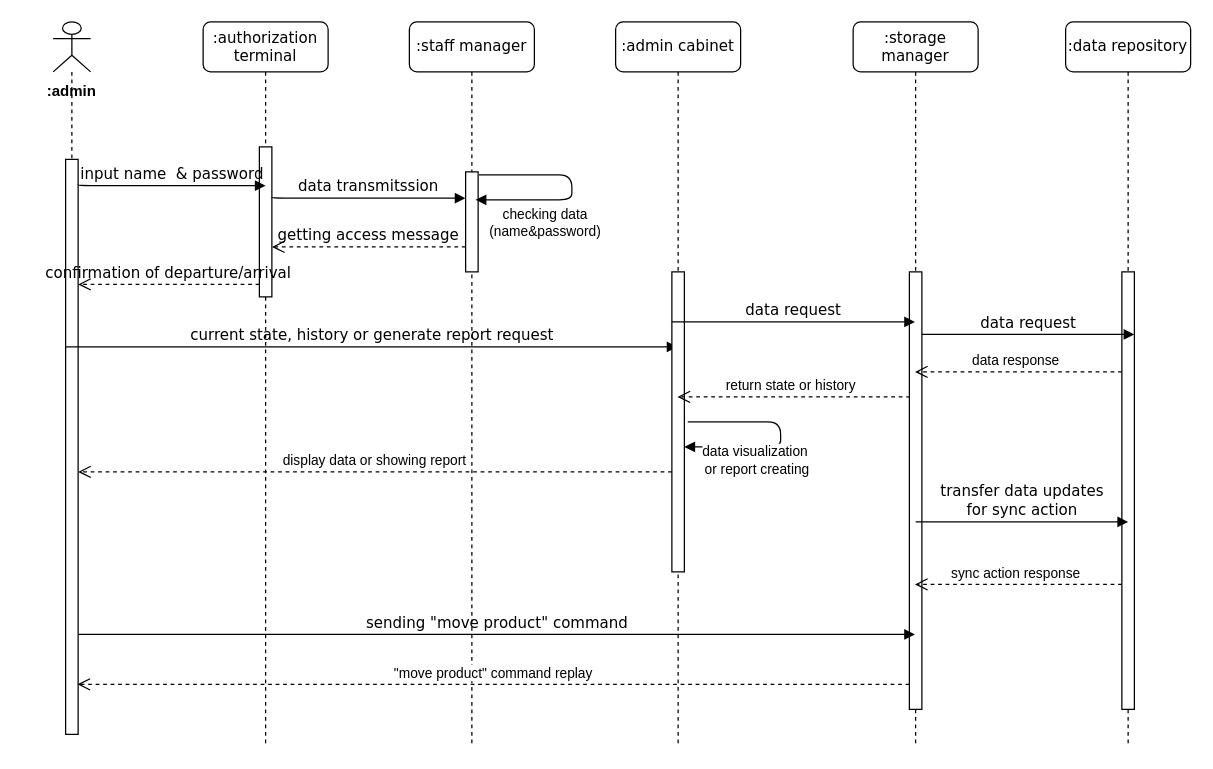
Earlier version of the draw.io diagram lab1/sequences.drawio (starovoid/structured-systems). Source tidied: cells renumbered, new cells numbered last; positions are measured from the earlier drawing's top-left corner, leaving out a move shared by most shapes. Both pictures are drawn from the tidied source at 125%, with x=0, y=0 at pixel (21, 21).
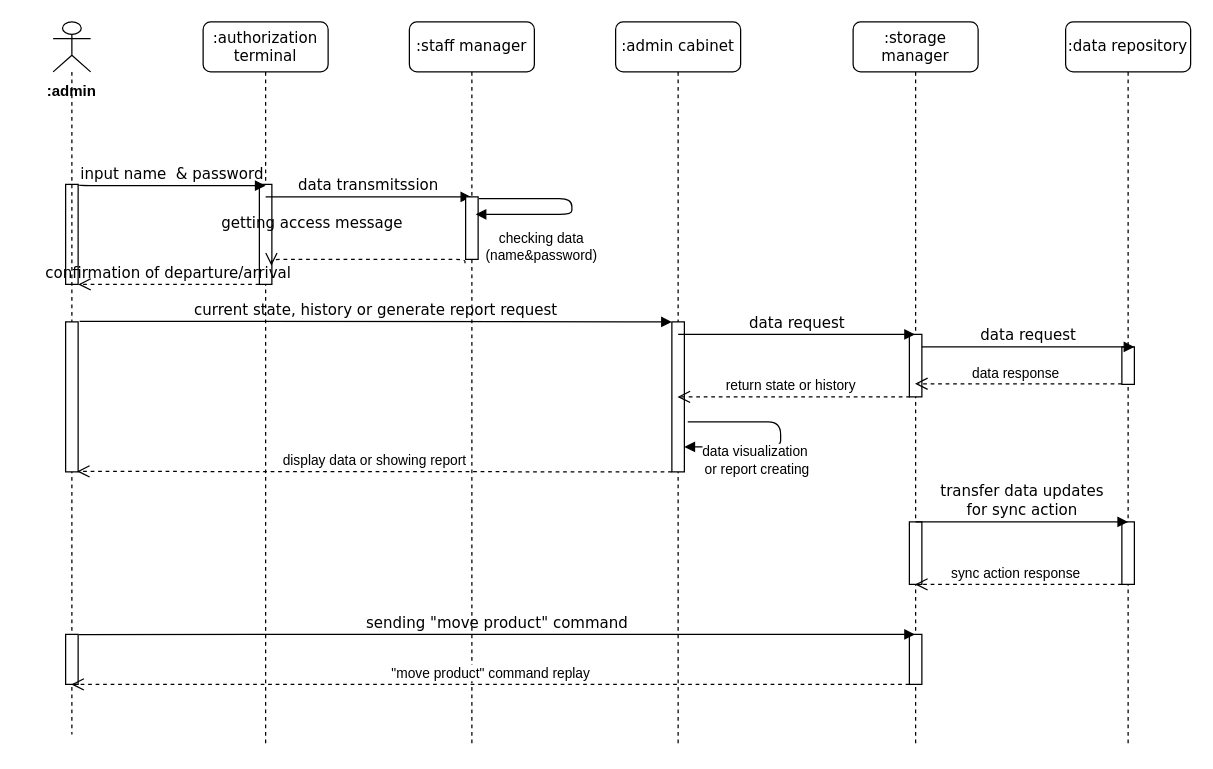
The same diagram, later.

Commit message:
Update sequences diagram

Unchanged cells that the change refers to:
```xml
<mxCell id="5" value=":authorization&lt;div&gt;terminal&lt;/div&gt;" style="shape=umlLifeline;perimeter=lifelinePerimeter;whiteSpace=wrap;html=1;rounded=1;shadow=0;comic=0;labelBackgroundColor=none;strokeWidth=1;fontFamily=Verdana;fontSize=12;align=center;" parent="1" vertex="1">
  <mxGeometry x="145" width="100" height="580" as="geometry" />
</mxCell>
<mxCell id="11" value=":staff manager" style="shape=umlLifeline;perimeter=lifelinePerimeter;whiteSpace=wrap;html=1;outlineConnect=0;rounded=1;shadow=0;comic=0;labelBackgroundColor=none;strokeWidth=1;fontFamily=Verdana;fontSize=12;align=center;" parent="1" vertex="1">
  <mxGeometry x="310" width="100" height="580" as="geometry" />
</mxCell>
<mxCell id="16" value=":admin cabinet" style="shape=umlLifeline;perimeter=lifelinePerimeter;whiteSpace=wrap;html=1;outlineConnect=0;rounded=1;shadow=0;comic=0;labelBackgroundColor=none;strokeWidth=1;fontFamily=Verdana;fontSize=12;align=center;" parent="1" vertex="1">
  <mxGeometry x="475" width="100" height="580" as="geometry" />
</mxCell>
<mxCell id="22" value=":storage manager" style="shape=umlLifeline;perimeter=lifelinePerimeter;whiteSpace=wrap;html=1;outlineConnect=0;rounded=1;shadow=0;comic=0;labelBackgroundColor=none;strokeWidth=1;fontFamily=Verdana;fontSize=12;align=center;" parent="1" vertex="1">
  <mxGeometry x="665" width="100" height="580" as="geometry" />
</mxCell>
<mxCell id="26" value=":data repository" style="shape=umlLifeline;perimeter=lifelinePerimeter;whiteSpace=wrap;html=1;rounded=1;shadow=0;comic=0;labelBackgroundColor=none;strokeWidth=1;fontFamily=Verdana;fontSize=12;align=center;" parent="1" vertex="1">
  <mxGeometry x="835" width="100" height="580" as="geometry" />
</mxCell>
```

Diff of the diagram source:
```diff
@@
     <mxCell id="2" style="html=1;points=[];perimeter=orthogonalPerimeter;" parent="1" vertex="1">
-      <mxGeometry x="35" y="110" width="10" height="460" as="geometry" />
+      <mxGeometry x="35" y="130" width="10" height="80" as="geometry" />
     </mxCell>
     <mxCell id="3" style="shape=umlLifeline;participant=umlActor;perimeter=lifelinePerimeter;whiteSpace=wrap;html=1;verticalAlign=top;spacingTop=36;outlineConnect=0;" parent="1" vertex="1">
-      <mxGeometry x="25" width="30" height="110" as="geometry" />
+      <mxGeometry x="25" width="30" height="570" as="geometry" />
     </mxCell>
@@
+    <mxCell id="33" style="html=1;points=[];perimeter=orthogonalPerimeter;" parent="3" vertex="1">
+      <mxGeometry x="10" y="240" width="10" height="120" as="geometry" />
+    </mxCell>
+    <mxCell id="34" style="html=1;points=[];perimeter=orthogonalPerimeter;" parent="3" vertex="1">
+      <mxGeometry x="10" y="490" width="10" height="40" as="geometry" />
+    </mxCell>
@@
     <mxCell id="6" style="html=1;points=[];perimeter=orthogonalPerimeter;rounded=0;shadow=0;comic=0;labelBackgroundColor=none;strokeWidth=1;fontFamily=Verdana;fontSize=12;align=center;" parent="5" vertex="1">
-      <mxGeometry x="45" y="100" width="10" height="120" as="geometry" />
+      <mxGeometry x="45" y="130" width="10" height="80" as="geometry" />
     </mxCell>
@@
-    <mxCell id="8" value="data transmitssion" style="html=1;verticalAlign=bottom;endArrow=block;labelBackgroundColor=none;fontFamily=Verdana;fontSize=12;edgeStyle=elbowEdgeStyle;elbow=vertical;exitX=0.967;exitY=0.021;exitDx=0;exitDy=0;exitPerimeter=0;entryX=-0.009;entryY=0.272;entryDx=0;entryDy=0;entryPerimeter=0;" parent="5" edge="1" target="12">
+    <mxCell id="8" value="data transmitssion" style="html=1;verticalAlign=bottom;endArrow=block;labelBackgroundColor=none;fontFamily=Verdana;fontSize=12;edgeStyle=elbowEdgeStyle;elbow=vertical;" parent="5" edge="1" target="11">
       <mxGeometry relative="1" as="geometry">
-        <mxPoint x="55" y="140" as="sourcePoint" />
+        <mxPoint x="50" y="140" as="sourcePoint" />
       </mxGeometry>
     </mxCell>
-    <mxCell id="9" value="current state, history or generate report request" style="html=1;verticalAlign=bottom;endArrow=block;labelBackgroundColor=none;fontFamily=Verdana;fontSize=12;" parent="5" edge="1" target="16">
-      <mxGeometry relative="1" as="geometry">
-        <mxPoint x="-110" y="260" as="sourcePoint" />
-        <Array as="points">
-          <mxPoint x="340" y="260" />
-        </Array>
-      </mxGeometry>
-    </mxCell>
@@
     <mxCell id="12" style="html=1;points=[];perimeter=orthogonalPerimeter;rounded=0;shadow=0;comic=0;labelBackgroundColor=none;strokeWidth=1;fontFamily=Verdana;fontSize=12;align=center;" parent="11" vertex="1">
-      <mxGeometry x="45" y="120" width="10" height="80" as="geometry" />
+      <mxGeometry x="45" y="140" width="10" height="50" as="geometry" />
     </mxCell>
@@
-    <mxCell id="15" value="getting access message" style="html=1;verticalAlign=bottom;endArrow=open;dashed=1;endSize=8;labelBackgroundColor=none;fontFamily=Verdana;fontSize=12;edgeStyle=elbowEdgeStyle;elbow=vertical;entryX=1.005;entryY=0.66;entryDx=0;entryDy=0;entryPerimeter=0;" parent="11" edge="1" target="6">
-      <mxGeometry relative="1" as="geometry">
-        <mxPoint x="45" y="180" as="sourcePoint" />
-        <Array as="points">
-          <mxPoint x="-10" y="180" />
-          <mxPoint x="20" y="180" />
-        </Array>
-      </mxGeometry>
-    </mxCell>
@@
     <mxCell id="17" style="html=1;points=[[0,0,0,0,5],[0,1,0,0,-5],[1,0,0,0,5],[1,1,0,0,-5]];perimeter=orthogonalPerimeter;outlineConnect=0;targetShapes=umlLifeline;portConstraint=eastwest;newEdgeStyle={&quot;curved&quot;:0,&quot;rounded&quot;:0};" parent="16" vertex="1">
-      <mxGeometry x="45" y="200" width="10" height="240" as="geometry" />
+      <mxGeometry x="45" y="240" width="10" height="120" as="geometry" />
     </mxCell>
-    <mxCell id="18" value="display data or showing report" style="html=1;verticalAlign=bottom;endArrow=open;dashed=1;endSize=8;" parent="16" edge="1" target="2">
+    <mxCell id="18" value="display data or showing report" style="html=1;verticalAlign=bottom;endArrow=open;dashed=1;endSize=8;entryX=0.907;entryY=0.997;entryDx=0;entryDy=0;entryPerimeter=0;" parent="16" edge="1" target="33">
       <mxGeometry relative="1" as="geometry">
         <mxPoint x="45" y="360" as="sourcePoint" />
       </mxGeometry>
     </mxCell>
-    <mxCell id="19" value="&quot;move product&quot; command replay" style="html=1;verticalAlign=bottom;endArrow=open;dashed=1;endSize=8;entryX=0.949;entryY=0.913;entryDx=0;entryDy=0;entryPerimeter=0;" parent="16" edge="1" target="2">
+    <mxCell id="19" value="&quot;move product&quot; command replay" style="html=1;verticalAlign=bottom;endArrow=open;dashed=1;endSize=8;" parent="16" edge="1" target="3">
       <mxGeometry relative="1" as="geometry">
         <mxPoint x="235" y="530" as="sourcePoint" />
       </mxGeometry>
     </mxCell>
@@
     <mxCell id="23" style="html=1;perimeter=orthogonalPerimeter;targetShapes=umlLifeline;newEdgeStyle={&quot;curved&quot;:0,&quot;rounded&quot;:0};" parent="22" vertex="1">
-      <mxGeometry x="45" y="200" width="10" height="350" as="geometry" />
+      <mxGeometry x="45" y="250" width="10" height="50" as="geometry" />
     </mxCell>
+    <mxCell id="29" value="data response" style="html=1;verticalAlign=bottom;endArrow=open;dashed=1;endSize=8;" parent="22" edge="1">
+      <mxGeometry x="0.03" relative="1" as="geometry">
+        <mxPoint x="215" y="289.5" as="sourcePoint" />
+        <mxPoint x="49.5" y="289.5" as="targetPoint" />
+      </mxGeometry>
+    </mxCell>
+    <mxCell id="35" style="html=1;perimeter=orthogonalPerimeter;" parent="22" vertex="1">
+      <mxGeometry x="45" y="400" width="10" height="50" as="geometry" />
+    </mxCell>
+    <mxCell id="36" style="html=1;perimeter=orthogonalPerimeter;" parent="22" vertex="1">
+      <mxGeometry x="45" y="490" width="10" height="40" as="geometry" />
+    </mxCell>
-    <mxCell id="24" value="data request" style="html=1;verticalAlign=bottom;endArrow=block;labelBackgroundColor=none;fontFamily=Verdana;fontSize=12;edgeStyle=elbowEdgeStyle;elbow=vertical;exitX=0.967;exitY=0.021;exitDx=0;exitDy=0;exitPerimeter=0;" parent="1" edge="1" target="22">
+    <mxCell id="24" value="data request" style="html=1;verticalAlign=bottom;endArrow=block;labelBackgroundColor=none;fontFamily=Verdana;fontSize=12;edgeStyle=elbowEdgeStyle;elbow=vertical;" parent="1" edge="1" target="22">
       <mxGeometry relative="1" as="geometry">
-        <mxPoint x="520" y="240" as="sourcePoint" />
+        <mxPoint x="525" y="250" as="sourcePoint" />
+        <Array as="points">
+          <mxPoint x="595" y="250" />
+        </Array>
       </mxGeometry>
     </mxCell>
-    <mxCell id="25" value="sending &quot;move product&quot; command" style="html=1;verticalAlign=bottom;endArrow=block;labelBackgroundColor=none;fontFamily=Verdana;fontSize=12;" parent="1" edge="1" target="22">
+    <mxCell id="25" value="sending &quot;move product&quot; command" style="html=1;verticalAlign=bottom;endArrow=block;labelBackgroundColor=none;fontFamily=Verdana;fontSize=12;exitX=1.046;exitY=0.003;exitDx=0;exitDy=0;exitPerimeter=0;" parent="1" edge="1" source="34" target="22">
       <mxGeometry relative="1" as="geometry">
-        <mxPoint x="45" y="490" as="sourcePoint" />
         <Array as="points">
           <mxPoint x="495" y="490" />
         </Array>
       </mxGeometry>
     </mxCell>
@@
     <mxCell id="27" style="html=1;perimeter=orthogonalPerimeter;targetShapes=umlLifeline;newEdgeStyle={&quot;curved&quot;:0,&quot;rounded&quot;:0};" parent="26" vertex="1">
-      <mxGeometry x="45" y="200" width="10" height="350" as="geometry" />
+      <mxGeometry x="45" y="260" width="10" height="30" as="geometry" />
     </mxCell>
-    <mxCell id="28" value="data request" style="html=1;verticalAlign=bottom;endArrow=block;labelBackgroundColor=none;fontFamily=Verdana;fontSize=12;edgeStyle=elbowEdgeStyle;elbow=vertical;exitX=0.967;exitY=0.021;exitDx=0;exitDy=0;exitPerimeter=0;" parent="26" edge="1">
-      <mxGeometry relative="1" as="geometry">
-        <mxPoint x="-115" y="250" as="sourcePoint" />
-        <mxPoint x="55" y="250" as="targetPoint" />
-      </mxGeometry>
-    </mxCell>
-    <mxCell id="29" value="data response" style="html=1;verticalAlign=bottom;endArrow=open;dashed=1;endSize=8;" parent="26" edge="1">
-      <mxGeometry x="0.03" relative="1" as="geometry">
-        <mxPoint x="45" y="280" as="sourcePoint" />
-        <mxPoint x="-120.5" y="280" as="targetPoint" />
-      </mxGeometry>
-    </mxCell>
@@
+    <mxCell id="37" style="html=1;perimeter=orthogonalPerimeter;" parent="26" vertex="1">
+      <mxGeometry x="45" y="400" width="10" height="50" as="geometry" />
+    </mxCell>
@@
+    <mxCell id="15" value="getting access message" style="html=1;verticalAlign=bottom;endArrow=open;dashed=1;endSize=8;labelBackgroundColor=none;fontFamily=Verdana;fontSize=12;edgeStyle=elbowEdgeStyle;elbow=vertical;exitX=-0.051;exitY=1.06;exitDx=0;exitDy=0;exitPerimeter=0;entryX=0.963;entryY=0.813;entryDx=0;entryDy=0;entryPerimeter=0;" parent="1" edge="1" source="12" target="6">
+      <mxGeometry x="0.54" y="-20" relative="1" as="geometry">
+        <Array as="points">
+          <mxPoint x="325" y="190" />
+          <mxPoint x="280" y="200" />
+          <mxPoint x="310" y="200" />
+        </Array>
+      </mxGeometry>
+    </mxCell>
+    <mxCell id="9" value="current state, history or generate report request" style="html=1;verticalAlign=bottom;endArrow=block;labelBackgroundColor=none;fontFamily=Verdana;fontSize=12;exitX=1.116;exitY=-0.004;exitDx=0;exitDy=0;exitPerimeter=0;" parent="1" edge="1" source="33" target="17">
+      <mxGeometry relative="1" as="geometry">
+        <Array as="points">
+          <mxPoint x="495" y="240" />
+        </Array>
+      </mxGeometry>
+    </mxCell>
+    <mxCell id="28" value="data request" style="html=1;verticalAlign=bottom;endArrow=block;labelBackgroundColor=none;fontFamily=Verdana;fontSize=12;edgeStyle=elbowEdgeStyle;elbow=vertical;exitX=0.967;exitY=0.021;exitDx=0;exitDy=0;exitPerimeter=0;" parent="1" edge="1">
+      <mxGeometry relative="1" as="geometry">
+        <mxPoint x="720" y="260" as="sourcePoint" />
+        <mxPoint x="890" y="260" as="targetPoint" />
+      </mxGeometry>
+    </mxCell>
```
